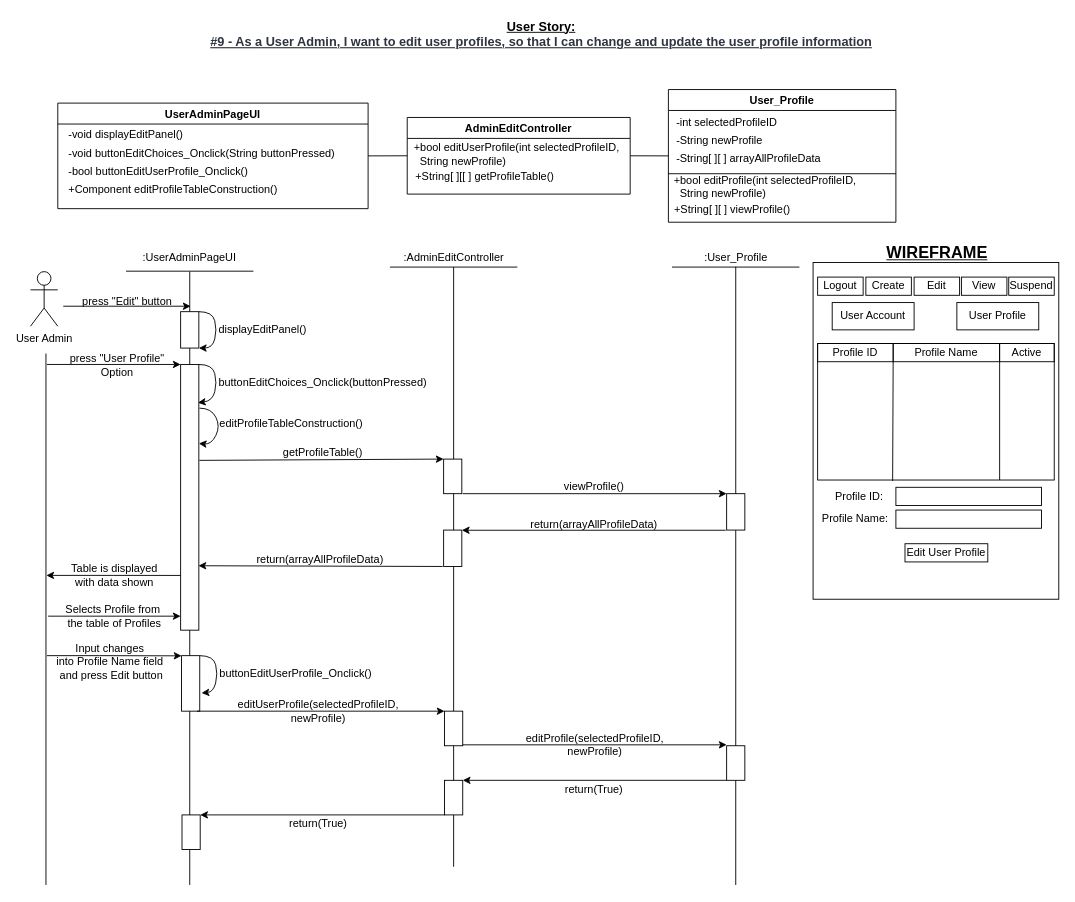
The draw.io diagram BCE_UML_and_Diagrams/UserAdmin/UserAdmin_Edit(#4&9)/UserStory#9_EditUserProfile.drawio in extred5700/JAVAGUI-Restaurant-Table-Order-System, before the edit. Source tidied: cells renumbered, new cells numbered last; positions are measured from the earlier drawing's top-left corner, leaving out a move shared by most shapes. Both pictures are drawn from the tidied source at 91%, with x=0, y=0 at pixel (30, 15).
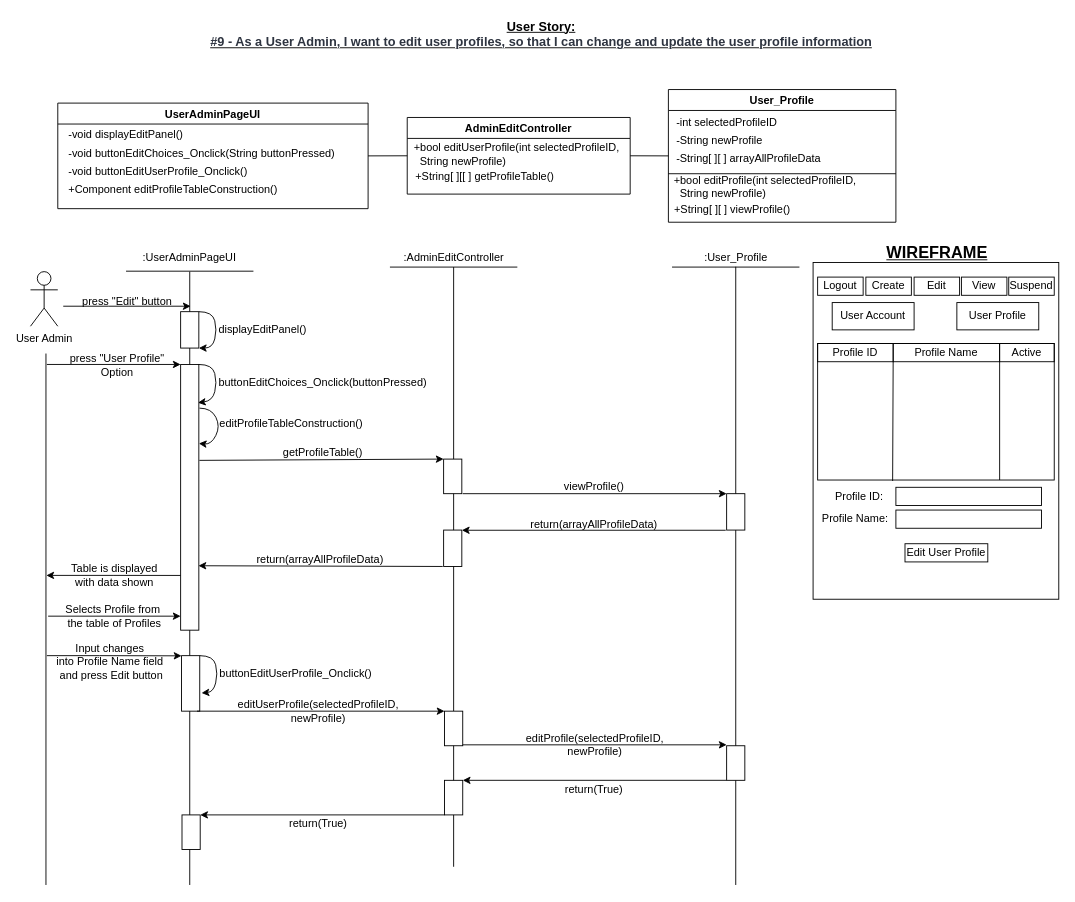
After the change.

The change refers to these unchanged cells:
```xml
<mxCell id="4" value="UserAdminPageUI" style="swimlane;" parent="1" vertex="1">
  <mxGeometry x="30" y="95.8" width="341" height="116" as="geometry" />
</mxCell>
```

Change to the diagram source:
```diff
@@
-    <mxCell id="8" value="-bool buttonEditUserProfile_Onclick()" style="text;html=1;align=left;verticalAlign=middle;strokeColor=none;fillColor=none;" parent="4" vertex="1">
+    <mxCell id="8" value="-void buttonEditUserProfile_Onclick()" style="text;html=1;align=left;verticalAlign=middle;strokeColor=none;fillColor=none;" parent="4" vertex="1">
       <mxGeometry x="10" y="64.8" width="210" height="20" as="geometry" />
     </mxCell>
```
